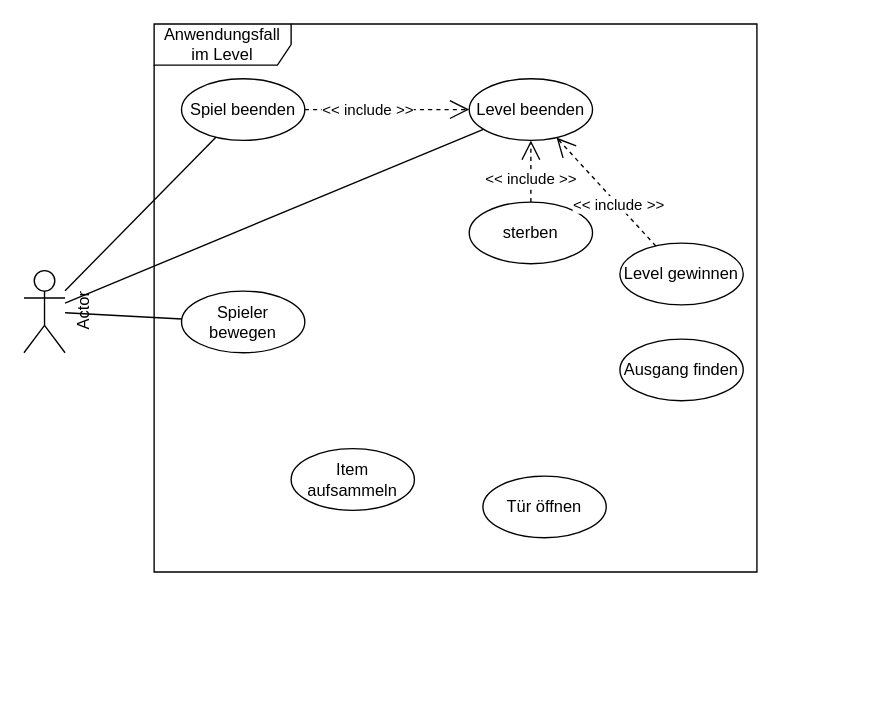
The draw.io diagram documentation/diagrams/Anwendungsfall_Diagramm.drawio in Xipit/2d-maze-game, before the edit. Source tidied: cells renumbered, new cells numbered last; positions are measured from the earlier drawing's top-left corner, leaving out a move shared by most shapes. Both pictures are drawn from the tidied source at 137%, with x=0, y=0 at pixel (3, 23).
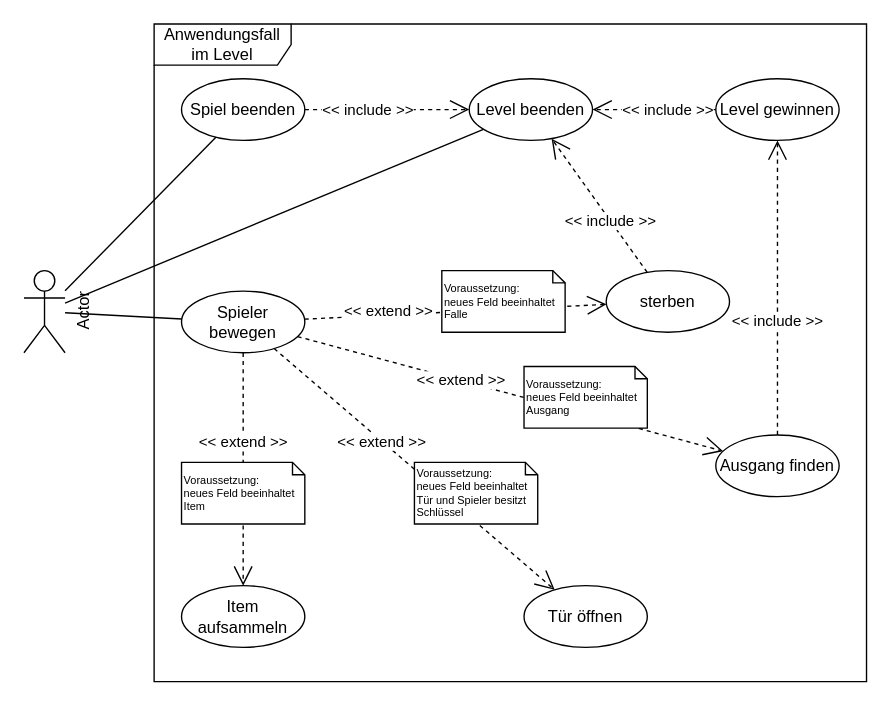
The same diagram, later.

The change refers to these unchanged cells:
```xml
<mxCell id="9" value="Spieler bewegen" style="ellipse;whiteSpace=wrap;html=1;" parent="1" vertex="1">
  <mxGeometry x="130" y="195" width="90" height="45" as="geometry" />
</mxCell>
```

Change to the diagram source:
```diff
@@
     <mxCell id="3" value="Anwendungsfall im Level" style="shape=umlFrame;whiteSpace=wrap;html=1;width=100;" parent="1" vertex="1">
-      <mxGeometry x="110" width="440" height="400" as="geometry" />
+      <mxGeometry x="110" width="520" height="480" as="geometry" />
     </mxCell>
@@
     <mxCell id="10" value="sterben" style="ellipse;whiteSpace=wrap;html=1;" parent="1" vertex="1">
-      <mxGeometry x="340" y="130" width="90" height="45" as="geometry" />
+      <mxGeometry x="440" y="180" width="90" height="45" as="geometry" />
     </mxCell>
     <mxCell id="11" value="Item aufsammeln" style="ellipse;whiteSpace=wrap;html=1;" parent="1" vertex="1">
-      <mxGeometry x="210" y="310" width="90" height="45" as="geometry" />
+      <mxGeometry x="130" y="410" width="90" height="45" as="geometry" />
     </mxCell>
     <mxCell id="12" value="Tür öffnen" style="ellipse;whiteSpace=wrap;html=1;" parent="1" vertex="1">
-      <mxGeometry x="350" y="330" width="90" height="45" as="geometry" />
+      <mxGeometry x="380" y="410" width="90" height="45" as="geometry" />
     </mxCell>
     <mxCell id="13" value="Ausgang finden" style="ellipse;whiteSpace=wrap;html=1;" parent="1" vertex="1">
-      <mxGeometry x="450" y="230" width="90" height="45" as="geometry" />
+      <mxGeometry x="520" y="300" width="90" height="45" as="geometry" />
     </mxCell>
     <mxCell id="14" value="Level gewinnen" style="ellipse;whiteSpace=wrap;html=1;" parent="1" vertex="1">
-      <mxGeometry x="450" y="160" width="90" height="45" as="geometry" />
+      <mxGeometry x="520" y="40" width="90" height="45" as="geometry" />
     </mxCell>
@@
+    <mxCell id="18" value="&amp;lt;&amp;lt; extend &amp;gt;&amp;gt;" style="endArrow=open;endSize=12;dashed=1;html=1;rounded=0;" parent="1" edge="1" source="9" target="10">
+      <mxGeometry x="-0.45" y="2" relative="1" as="geometry" />
+    </mxCell>
+    <mxCell id="19" value="&amp;lt;&amp;lt; extend &amp;gt;&amp;gt;" style="endArrow=open;endSize=12;dashed=1;html=1;rounded=0;" parent="1" edge="1" source="9" target="13">
+      <mxGeometry x="-0.23" relative="1" as="geometry" />
+    </mxCell>
+    <mxCell id="20" value="&amp;lt;&amp;lt; extend &amp;gt;&amp;gt;" style="endArrow=open;endSize=12;dashed=1;html=1;rounded=0;" parent="1" edge="1" source="9" target="12">
+      <mxGeometry x="-0.23" relative="1" as="geometry" />
+    </mxCell>
+    <mxCell id="21" value="&amp;lt;&amp;lt; extend &amp;gt;&amp;gt;" style="endArrow=open;endSize=12;dashed=1;html=1;rounded=0;" parent="1" edge="1" source="9" target="11">
+      <mxGeometry x="-0.23" relative="1" as="geometry" />
+    </mxCell>
+    <mxCell id="22" value="&amp;lt;&amp;lt; include &amp;gt;&amp;gt;" style="endArrow=open;endSize=12;dashed=1;html=1;rounded=0;" parent="1" edge="1" source="13" target="14">
+      <mxGeometry x="-0.23" relative="1" as="geometry" />
+    </mxCell>
+    <mxCell id="23" value="&lt;div style=&quot;font-size: 8px;&quot; align=&quot;left&quot;&gt;&lt;font style=&quot;font-size: 8px;&quot;&gt;Voraussetzung:&lt;/font&gt;&lt;font style=&quot;font-size: 8px;&quot;&gt;&lt;br style=&quot;font-size: 8px;&quot;&gt;&lt;/font&gt;&lt;/div&gt;&lt;div style=&quot;font-size: 8px;&quot; align=&quot;left&quot;&gt;&lt;font style=&quot;font-size: 8px;&quot;&gt;neues Feld beeinhaltet&lt;/font&gt;&lt;font style=&quot;font-size: 8px;&quot;&gt;&lt;br style=&quot;font-size: 8px;&quot;&gt;&lt;/font&gt;&lt;/div&gt;&lt;font style=&quot;font-size: 8px;&quot;&gt;Item&lt;/font&gt;" style="shape=note;size=9;whiteSpace=wrap;html=1;align=left;fontSize=8;" parent="1" vertex="1">
+      <mxGeometry x="130" y="320" width="90" height="45" as="geometry" />
+    </mxCell>
+    <mxCell id="24" value="&lt;div style=&quot;font-size: 8px;&quot; align=&quot;left&quot;&gt;&lt;font style=&quot;font-size: 8px;&quot;&gt;Voraussetzung:&lt;/font&gt;&lt;font style=&quot;font-size: 8px;&quot;&gt;&lt;br style=&quot;font-size: 8px;&quot;&gt;&lt;/font&gt;&lt;/div&gt;&lt;div style=&quot;font-size: 8px;&quot; align=&quot;left&quot;&gt;&lt;font style=&quot;font-size: 8px;&quot;&gt;neues Feld beeinhaltet&lt;/font&gt;&lt;font style=&quot;font-size: 8px;&quot;&gt; Tür und Spieler besitzt Schlüssel&lt;br style=&quot;font-size: 8px;&quot;&gt;&lt;/font&gt;&lt;/div&gt;&lt;font style=&quot;font-size: 8px;&quot;&gt;&lt;/font&gt;" style="shape=note;size=9;whiteSpace=wrap;html=1;align=left;fontSize=8;" parent="1" vertex="1">
+      <mxGeometry x="300" y="320" width="90" height="45" as="geometry" />
+    </mxCell>
+    <mxCell id="25" value="&lt;div style=&quot;font-size: 8px;&quot; align=&quot;left&quot;&gt;&lt;font style=&quot;font-size: 8px;&quot;&gt;Voraussetzung:&lt;/font&gt;&lt;font style=&quot;font-size: 8px;&quot;&gt;&lt;br style=&quot;font-size: 8px;&quot;&gt;&lt;/font&gt;&lt;/div&gt;&lt;div style=&quot;font-size: 8px;&quot; align=&quot;left&quot;&gt;&lt;font style=&quot;font-size: 8px;&quot;&gt;neues Feld beeinhaltet&lt;/font&gt;&lt;font style=&quot;font-size: 8px;&quot;&gt; Ausgang&lt;br style=&quot;font-size: 8px;&quot;&gt;&lt;/font&gt;&lt;/div&gt;&lt;font style=&quot;font-size: 8px;&quot;&gt;&lt;/font&gt;" style="shape=note;size=9;whiteSpace=wrap;html=1;align=left;fontSize=8;" parent="1" vertex="1">
+      <mxGeometry x="380" y="250" width="90" height="45" as="geometry" />
+    </mxCell>
+    <mxCell id="26" value="&lt;div style=&quot;font-size: 8px;&quot; align=&quot;left&quot;&gt;&lt;font style=&quot;font-size: 8px;&quot;&gt;Voraussetzung:&lt;/font&gt;&lt;font style=&quot;font-size: 8px;&quot;&gt;&lt;br style=&quot;font-size: 8px;&quot;&gt;&lt;/font&gt;&lt;/div&gt;&lt;div style=&quot;font-size: 8px;&quot; align=&quot;left&quot;&gt;&lt;font style=&quot;font-size: 8px;&quot;&gt;neues Feld beeinhaltet&lt;/font&gt;&lt;font style=&quot;font-size: 8px;&quot;&gt; Falle&lt;br style=&quot;font-size: 8px;&quot;&gt;&lt;/font&gt;&lt;/div&gt;&lt;font style=&quot;font-size: 8px;&quot;&gt;&lt;/font&gt;" style="shape=note;size=9;whiteSpace=wrap;html=1;align=left;fontSize=8;" parent="1" vertex="1">
+      <mxGeometry x="320" y="180" width="90" height="45" as="geometry" />
+    </mxCell>
```
